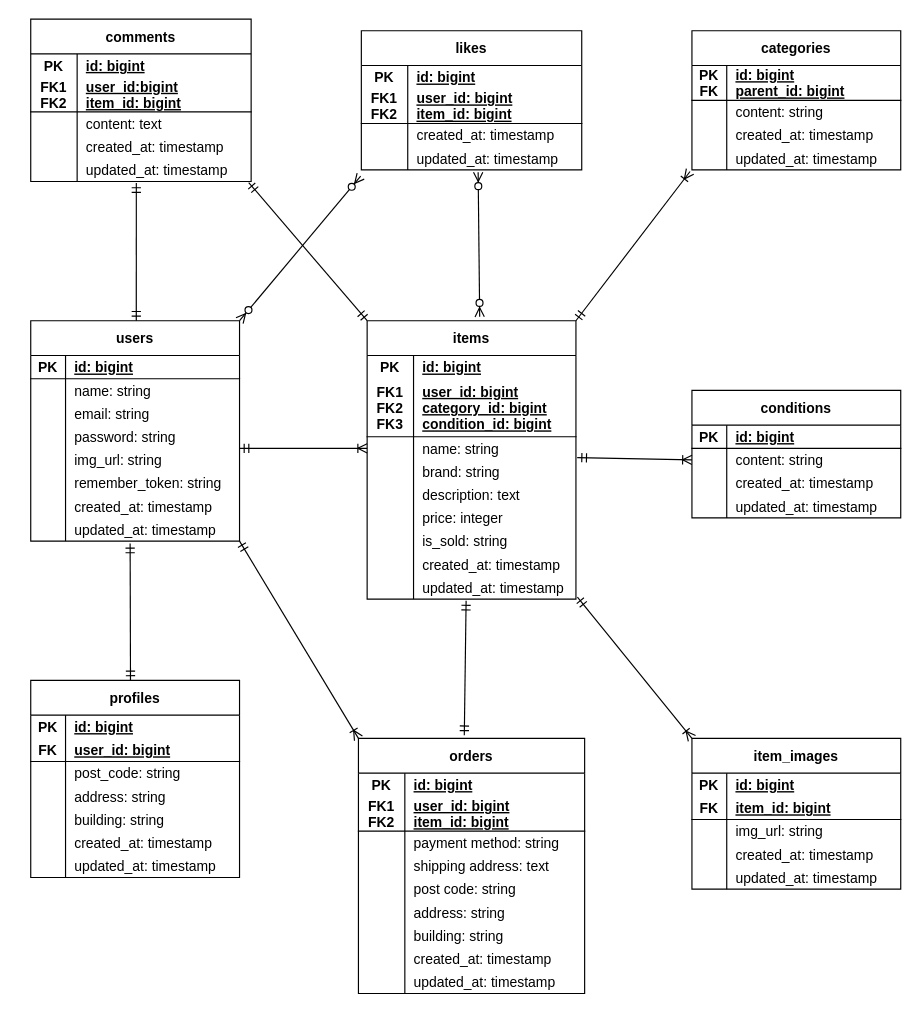
Kazu-Ando220/flea-market keeps this draw.io diagram as docs/er-diagram.drawio. Above is the earlier version. Source tidied: cells renumbered, new cells numbered last; positions are measured from the earlier drawing's top-left corner, leaving out a move shared by most shapes. Both pictures are drawn from the tidied source at 116%, with x=0, y=0 at pixel (30, 19).
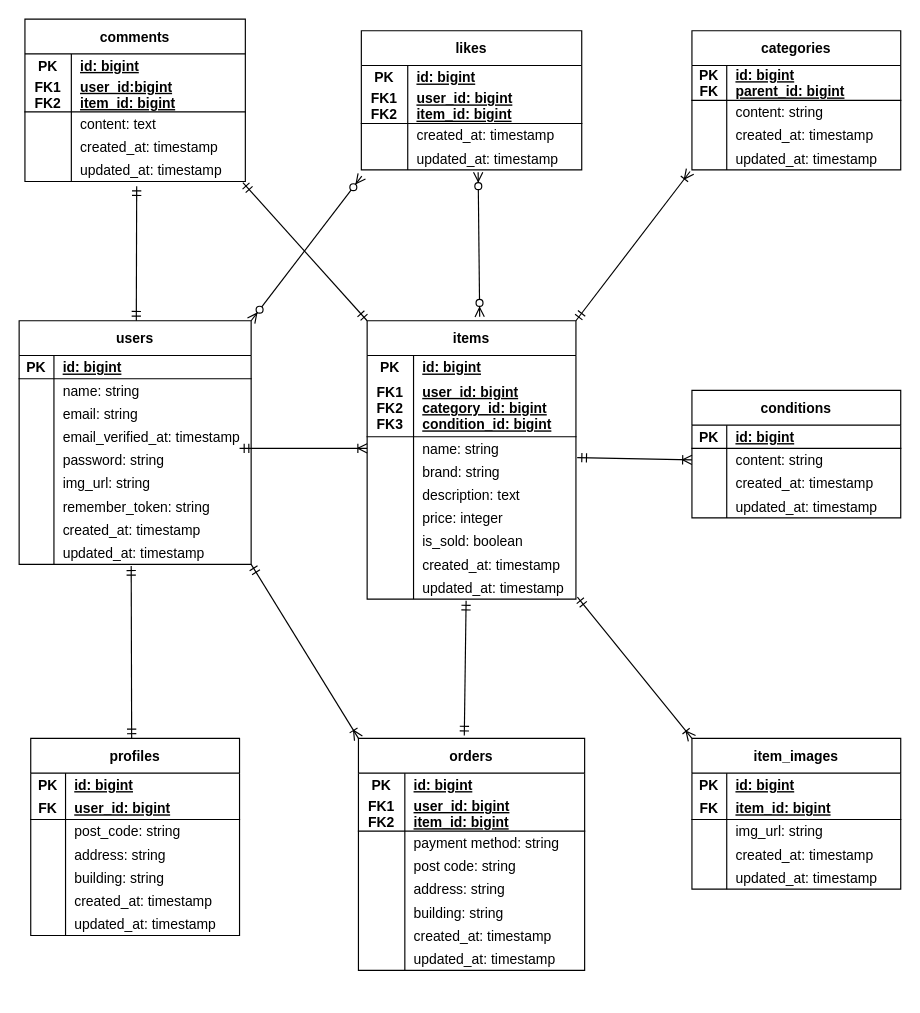
The same page after the edit.

The change refers to these unchanged cells:
```xml
<mxCell id="63" style="shape=tableRow;horizontal=0;startSize=0;swimlaneHead=0;swimlaneBody=0;fillColor=none;points=[[0,0.5],[1,0.5]];portConstraint=eastwest;top=0;left=0;right=0;bottom=0;" parent="50" vertex="1">
  <mxGeometry y="120" width="190" height="20" as="geometry" />
</mxCell>
<mxCell id="76" style="shape=tableRow;horizontal=0;startSize=0;swimlaneHead=0;swimlaneBody=0;fillColor=none;points=[[0,0.5],[1,0.5]];portConstraint=eastwest;top=0;left=0;right=0;bottom=0;" parent="66" vertex="1">
  <mxGeometry y="100" width="190" height="20" as="geometry" />
</mxCell>
<mxCell id="126" style="shape=tableRow;horizontal=0;startSize=0;swimlaneHead=0;swimlaneBody=0;fillColor=none;top=0;left=0;right=0;bottom=0;" parent="107" vertex="1">
  <mxGeometry y="180" width="180" height="20" as="geometry" />
</mxCell>
```

Change to the diagram source:
```diff
@@
     <mxCell id="2" value="users" style="shape=table;startSize=30;childLayout=tableLayout;rowLines=0;fontStyle=1;align=center;" parent="1" vertex="1">
-      <mxGeometry y="260" width="180" height="190" as="geometry" />
+      <mxGeometry x="-10" y="260" width="200" height="210" as="geometry" />
     </mxCell>
     <mxCell id="3" style="shape=tableRow;horizontal=0;startSize=0;swimlaneHead=0;swimlaneBody=0;fillColor=none;top=0;left=0;right=0;bottom=1;" parent="2" vertex="1">
-      <mxGeometry y="30" width="180" height="20" as="geometry" />
+      <mxGeometry y="30" width="200" height="20" as="geometry" />
     </mxCell>
@@
     <mxCell id="5" value="id: bigint" style="shape=partialRectangle;fillColor=none;top=0;left=0;bottom=0;right=0;align=left;spacingLeft=6;fontStyle=5;overflow=hidden;" parent="3" vertex="1">
-      <mxGeometry x="30" width="150" height="20" as="geometry" />
+      <mxGeometry x="30" width="170" height="20" as="geometry" />
     </mxCell>
     <mxCell id="6" style="shape=tableRow;horizontal=0;startSize=0;swimlaneHead=0;swimlaneBody=0;fillColor=none;top=0;left=0;right=0;bottom=0;" parent="2" vertex="1">
-      <mxGeometry y="50" width="180" height="20" as="geometry" />
+      <mxGeometry y="50" width="200" height="20" as="geometry" />
     </mxCell>
@@
     <mxCell id="8" value="name: string" style="shape=partialRectangle;fillColor=none;top=0;left=0;bottom=0;right=0;align=left;spacingLeft=6;overflow=hidden;" parent="6" vertex="1">
-      <mxGeometry x="30" width="150" height="20" as="geometry" />
+      <mxGeometry x="30" width="170" height="20" as="geometry" />
     </mxCell>
     <mxCell id="9" style="shape=tableRow;horizontal=0;startSize=0;swimlaneHead=0;swimlaneBody=0;fillColor=none;top=0;left=0;right=0;bottom=0;" parent="2" vertex="1">
-      <mxGeometry y="70" width="180" height="20" as="geometry" />
+      <mxGeometry y="70" width="200" height="20" as="geometry" />
     </mxCell>
@@
     <mxCell id="11" value="email: string" style="shape=partialRectangle;fillColor=none;top=0;left=0;bottom=0;right=0;align=left;spacingLeft=6;overflow=hidden;" parent="9" vertex="1">
-      <mxGeometry x="30" width="150" height="20" as="geometry" />
+      <mxGeometry x="30" width="170" height="20" as="geometry" />
     </mxCell>
     <mxCell id="12" style="shape=tableRow;horizontal=0;startSize=0;swimlaneHead=0;swimlaneBody=0;fillColor=none;top=0;left=0;right=0;bottom=0;" parent="2" vertex="1">
-      <mxGeometry y="90" width="180" height="20" as="geometry" />
+      <mxGeometry y="90" width="200" height="20" as="geometry" />
     </mxCell>
@@
-    <mxCell id="14" value="password: string" style="shape=partialRectangle;fillColor=none;top=0;left=0;bottom=0;right=0;align=left;spacingLeft=6;overflow=hidden;" parent="12" vertex="1">
-      <mxGeometry x="30" width="150" height="20" as="geometry" />
+    <mxCell id="14" value="email_verified_at: timestamp" style="shape=partialRectangle;fillColor=none;top=0;left=0;bottom=0;right=0;align=left;spacingLeft=6;overflow=hidden;" parent="12" vertex="1">
+      <mxGeometry x="30" width="170" height="20" as="geometry" />
     </mxCell>
     <mxCell id="15" style="shape=tableRow;horizontal=0;startSize=0;swimlaneHead=0;swimlaneBody=0;fillColor=none;top=0;left=0;right=0;bottom=0;" parent="2" vertex="1">
-      <mxGeometry y="110" width="180" height="20" as="geometry" />
+      <mxGeometry y="110" width="200" height="20" as="geometry" />
     </mxCell>
@@
-    <mxCell id="17" value="img_url: string" style="shape=partialRectangle;fillColor=none;top=0;left=0;bottom=0;right=0;align=left;spacingLeft=6;overflow=hidden;" parent="15" vertex="1">
-      <mxGeometry x="30" width="150" height="20" as="geometry" />
+    <mxCell id="17" value="password: string" style="shape=partialRectangle;fillColor=none;top=0;left=0;bottom=0;right=0;align=left;spacingLeft=6;overflow=hidden;" parent="15" vertex="1">
+      <mxGeometry x="30" width="170" height="20" as="geometry" />
     </mxCell>
     <mxCell id="18" style="shape=tableRow;horizontal=0;startSize=0;swimlaneHead=0;swimlaneBody=0;fillColor=none;top=0;left=0;right=0;bottom=0;" parent="2" vertex="1">
-      <mxGeometry y="130" width="180" height="20" as="geometry" />
+      <mxGeometry y="130" width="200" height="20" as="geometry" />
     </mxCell>
@@
-    <mxCell id="20" value="remember_token: string" style="shape=partialRectangle;fillColor=none;top=0;left=0;bottom=0;right=0;align=left;spacingLeft=6;overflow=hidden;" parent="18" vertex="1">
-      <mxGeometry x="30" width="150" height="20" as="geometry" />
+    <mxCell id="20" value="img_url: string" style="shape=partialRectangle;fillColor=none;top=0;left=0;bottom=0;right=0;align=left;spacingLeft=6;overflow=hidden;" parent="18" vertex="1">
+      <mxGeometry x="30" width="170" height="20" as="geometry" />
     </mxCell>
     <mxCell id="21" style="shape=tableRow;horizontal=0;startSize=0;swimlaneHead=0;swimlaneBody=0;fillColor=none;top=0;left=0;right=0;bottom=0;" parent="2" vertex="1">
-      <mxGeometry y="150" width="180" height="20" as="geometry" />
+      <mxGeometry y="150" width="200" height="20" as="geometry" />
     </mxCell>
@@
-    <mxCell id="23" value="created_at: timestamp" style="shape=partialRectangle;fillColor=none;top=0;left=0;bottom=0;right=0;align=left;spacingLeft=6;overflow=hidden;" parent="21" vertex="1">
-      <mxGeometry x="30" width="150" height="20" as="geometry" />
+    <mxCell id="23" value="remember_token: string" style="shape=partialRectangle;fillColor=none;top=0;left=0;bottom=0;right=0;align=left;spacingLeft=6;overflow=hidden;" parent="21" vertex="1">
+      <mxGeometry x="30" width="170" height="20" as="geometry" />
     </mxCell>
     <mxCell id="24" style="shape=tableRow;horizontal=0;startSize=0;swimlaneHead=0;swimlaneBody=0;fillColor=none;points=[[0,0.5],[1,0.5]];portConstraint=eastwest;top=0;left=0;right=0;bottom=0;" parent="2" vertex="1">
-      <mxGeometry y="170" width="180" height="20" as="geometry" />
+      <mxGeometry y="170" width="200" height="20" as="geometry" />
     </mxCell>
@@
-    <mxCell id="26" value="updated_at: timestamp" style="shape=partialRectangle;fillColor=none;top=0;left=0;bottom=0;right=0;align=left;spacingLeft=6;overflow=hidden;" parent="24" vertex="1">
-      <mxGeometry x="30" width="150" height="20" as="geometry" />
+    <mxCell id="26" value="created_at: timestamp" style="shape=partialRectangle;fillColor=none;top=0;left=0;bottom=0;right=0;align=left;spacingLeft=6;overflow=hidden;" parent="24" vertex="1">
+      <mxGeometry x="30" width="170" height="20" as="geometry" />
     </mxCell>
+    <mxCell id="187" style="shape=tableRow;horizontal=0;startSize=0;swimlaneHead=0;swimlaneBody=0;fillColor=none;points=[[0,0.5],[1,0.5]];portConstraint=eastwest;top=0;left=0;right=0;bottom=0;" parent="2" vertex="1">
+      <mxGeometry y="190" width="200" height="20" as="geometry" />
+    </mxCell>
+    <mxCell id="188" style="shape=partialRectangle;fillColor=none;top=0;left=0;bottom=0;right=0;overflow=hidden;" parent="187" vertex="1">
+      <mxGeometry width="30" height="20" as="geometry" />
+    </mxCell>
+    <mxCell id="189" value="updated_at: timestamp" style="shape=partialRectangle;fillColor=none;top=0;left=0;bottom=0;right=0;align=left;spacingLeft=6;overflow=hidden;" parent="187" vertex="1">
+      <mxGeometry x="30" width="170" height="20" as="geometry" />
+    </mxCell>
     <mxCell id="27" value="profiles" style="shape=table;startSize=30;childLayout=tableLayout;rowLines=0;fontStyle=1;align=center;" parent="1" vertex="1">
-      <mxGeometry y="570" width="180" height="170" as="geometry" />
+      <mxGeometry y="620" width="180" height="170" as="geometry" />
     </mxCell>
@@
-    <mxCell id="49" style="fontSize=12;html=1;endArrow=ERmandOne;startArrow=ERmandOne;rounded=0;entryX=0.476;entryY=1.1;entryDx=0;entryDy=0;entryPerimeter=0;" parent="1" edge="1" target="24">
+    <mxCell id="49" style="fontSize=12;html=1;endArrow=ERmandOne;startArrow=ERmandOne;rounded=0;entryX=0.483;entryY=1.067;entryDx=0;entryDy=0;entryPerimeter=0;" parent="1" edge="1" target="187">
       <mxGeometry relative="1" as="geometry">
-        <mxPoint x="86" y="570" as="sourcePoint" />
+        <mxPoint x="87" y="620" as="sourcePoint" />
       </mxGeometry>
     </mxCell>
     <mxCell id="50" value="comments" style="shape=table;startSize=30;childLayout=tableLayout;rowLines=0;fontStyle=1;align=center;" parent="1" vertex="1">
-      <mxGeometry width="190" height="140" as="geometry" />
+      <mxGeometry x="-5" width="190" height="140" as="geometry" />
     </mxCell>
@@
     <mxCell id="79" value="orders" style="shape=table;startSize=30;childLayout=tableLayout;rowLines=0;fontStyle=1;align=center;" parent="1" vertex="1">
-      <mxGeometry x="282.5" y="620" width="195" height="220" as="geometry" />
+      <mxGeometry x="282.5" y="620" width="195" height="200" as="geometry" />
     </mxCell>
@@
-    <mxCell id="89" style="shape=tableRow;horizontal=0;startSize=0;swimlaneHead=0;swimlaneBody=0;fillColor=none;top=0;left=0;right=0;bottom=0;" parent="79" vertex="1">
-      <mxGeometry y="100" width="195" height="20" as="geometry" />
-    </mxCell>
-    <mxCell id="90" style="shape=partialRectangle;fillColor=none;top=0;left=0;bottom=0;right=0;overflow=hidden;" parent="89" vertex="1">
-      <mxGeometry width="40" height="20" as="geometry" />
-    </mxCell>
-    <mxCell id="91" value="shipping address: text" style="shape=partialRectangle;fillColor=none;top=0;left=0;bottom=0;right=0;align=left;spacingLeft=6;overflow=hidden;" parent="89" vertex="1">
-      <mxGeometry x="40" width="155" height="20" as="geometry" />
-    </mxCell>
     <mxCell id="92" style="shape=tableRow;horizontal=0;startSize=0;swimlaneHead=0;swimlaneBody=0;fillColor=none;top=0;left=0;right=0;bottom=0;" parent="79" vertex="1">
-      <mxGeometry y="120" width="195" height="20" as="geometry" />
+      <mxGeometry y="100" width="195" height="20" as="geometry" />
     </mxCell>
@@
     <mxCell id="95" style="shape=tableRow;horizontal=0;startSize=0;swimlaneHead=0;swimlaneBody=0;fillColor=none;top=0;left=0;right=0;bottom=0;" parent="79" vertex="1">
-      <mxGeometry y="140" width="195" height="20" as="geometry" />
+      <mxGeometry y="120" width="195" height="20" as="geometry" />
     </mxCell>
@@
     <mxCell id="98" style="shape=tableRow;horizontal=0;startSize=0;swimlaneHead=0;swimlaneBody=0;fillColor=none;top=0;left=0;right=0;bottom=0;" parent="79" vertex="1">
-      <mxGeometry y="160" width="195" height="20" as="geometry" />
+      <mxGeometry y="140" width="195" height="20" as="geometry" />
     </mxCell>
@@
     <mxCell id="101" style="shape=tableRow;horizontal=0;startSize=0;swimlaneHead=0;swimlaneBody=0;fillColor=none;top=0;left=0;right=0;bottom=0;" parent="79" vertex="1">
-      <mxGeometry y="180" width="195" height="20" as="geometry" />
+      <mxGeometry y="160" width="195" height="20" as="geometry" />
     </mxCell>
@@
     <mxCell id="104" style="shape=tableRow;horizontal=0;startSize=0;swimlaneHead=0;swimlaneBody=0;fillColor=none;top=0;left=0;right=0;bottom=0;" parent="79" vertex="1">
-      <mxGeometry y="200" width="195" height="20" as="geometry" />
+      <mxGeometry y="180" width="195" height="20" as="geometry" />
     </mxCell>
@@
-    <mxCell id="128" value="is_sold: string" style="shape=partialRectangle;fillColor=none;top=0;left=0;bottom=0;right=0;align=left;spacingLeft=6;overflow=hidden;" parent="126" vertex="1">
+    <mxCell id="128" value="is_sold: boolean" style="shape=partialRectangle;fillColor=none;top=0;left=0;bottom=0;right=0;align=left;spacingLeft=6;overflow=hidden;" parent="126" vertex="1">
       <mxGeometry x="40" width="140" height="20" as="geometry" />
     </mxCell>
@@
-    <mxCell id="164" style="fontSize=12;html=1;endArrow=ERmandOne;startArrow=ERmandOne;rounded=0;entryX=0.479;entryY=1.067;entryDx=0;entryDy=0;entryPerimeter=0;" parent="1" edge="1" target="63">
+    <mxCell id="164" style="fontSize=12;html=1;endArrow=ERmandOne;startArrow=ERmandOne;rounded=0;entryX=0.507;entryY=1.2;entryDx=0;entryDy=0;entryPerimeter=0;" parent="1" edge="1" target="63">
       <mxGeometry relative="1" as="geometry">
         <mxPoint x="91" y="260" as="sourcePoint" />
       </mxGeometry>
     </mxCell>
@@
-    <mxCell id="166" style="fontSize=12;html=1;endArrow=ERzeroToMany;endFill=1;startArrow=ERzeroToMany;rounded=0;exitX=1;exitY=0;exitDx=0;exitDy=0;entryX=-0.003;entryY=1.267;entryDx=0;entryDy=0;entryPerimeter=0;" parent="1" edge="1" source="2" target="76">
+    <mxCell id="166" style="fontSize=12;html=1;endArrow=ERzeroToMany;endFill=1;startArrow=ERzeroToMany;rounded=0;exitX=1;exitY=0;exitDx=0;exitDy=0;entryX=0.002;entryY=1.267;entryDx=0;entryDy=0;entryPerimeter=0;" parent="1" edge="1" source="2" target="76">
       <mxGeometry relative="1" as="geometry" />
     </mxCell>
@@
     <mxCell id="169" style="fontSize=12;html=1;endArrow=ERoneToMany;startArrow=ERmandOne;rounded=0;entryX=0;entryY=0;entryDx=0;entryDy=0;" parent="1" edge="1" target="79">
       <mxGeometry relative="1" as="geometry">
-        <mxPoint x="180" y="450" as="sourcePoint" />
+        <mxPoint x="190" y="470" as="sourcePoint" />
       </mxGeometry>
     </mxCell>
```
